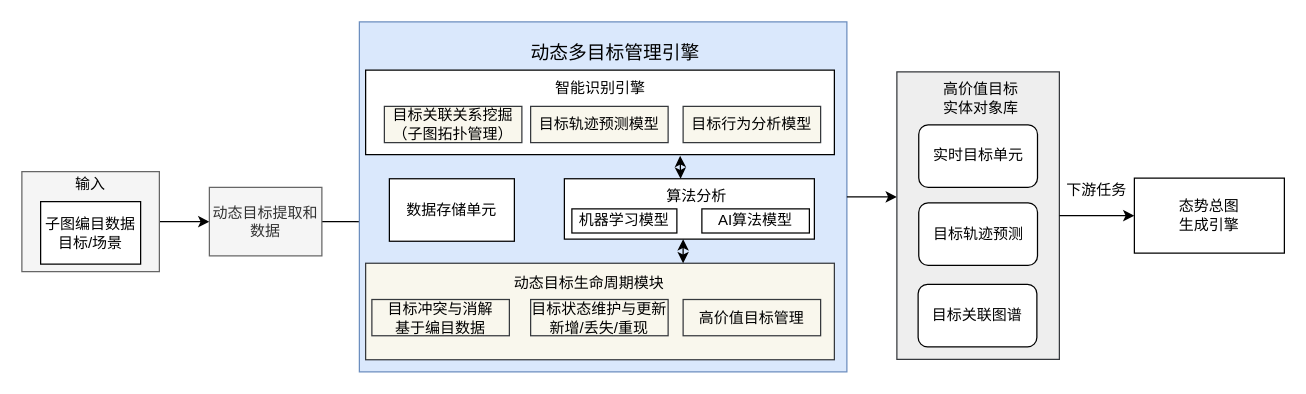
Earlier version of the draw.io diagram page "多目标管理模块" (8 of 14) of 态势感知体系图.drawio (paleblackless/diagrams). Source tidied: cells renumbered, new cells numbered last; positions are measured from the earlier drawing's top-left corner, leaving out a move shared by most shapes. Both pictures are drawn from the tidied source at 125%, with x=0, y=0 at pixel (21, 21).
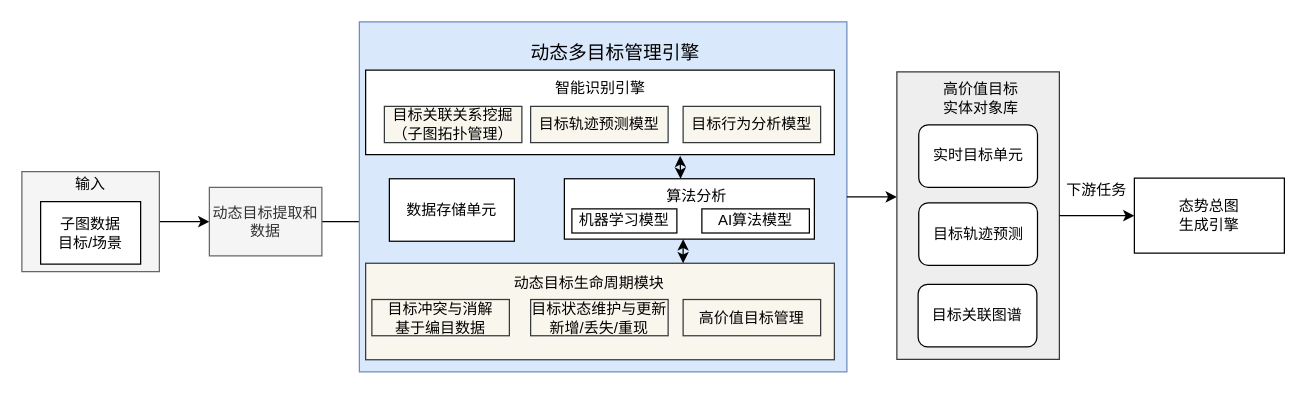
After the change.

What changed in the source:
```diff
@@
-    <mxCell id="4" value="子图编目数据&lt;br&gt;目标/场景" style="rounded=0;whiteSpace=wrap;html=1;" parent="1" vertex="1">
+    <mxCell id="4" value="子图数据&lt;br&gt;目标/场景" style="rounded=0;whiteSpace=wrap;html=1;" parent="1" vertex="1">
       <mxGeometry x="15" y="143.8" width="80" height="50" as="geometry" />
     </mxCell>
```
